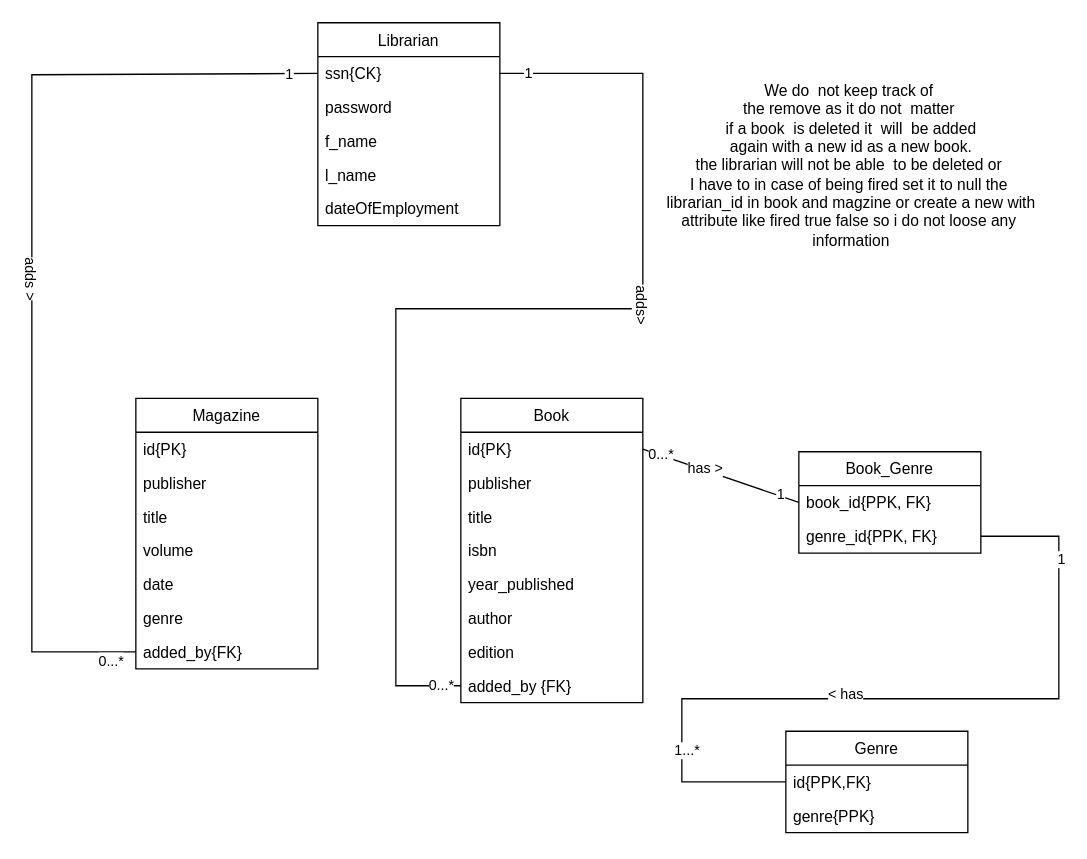
Earlier version of the draw.io diagram Database/remove_multimedia_items(GRD)).drawio (RafaelSanchezCordoba/Semester-Project-Library). Source tidied: cells renumbered, new cells numbered last; positions are measured from the earlier drawing's top-left corner, leaving out a move shared by most shapes. Both pictures are drawn from the tidied source at 130%, with x=0, y=0 at pixel (31, 22).
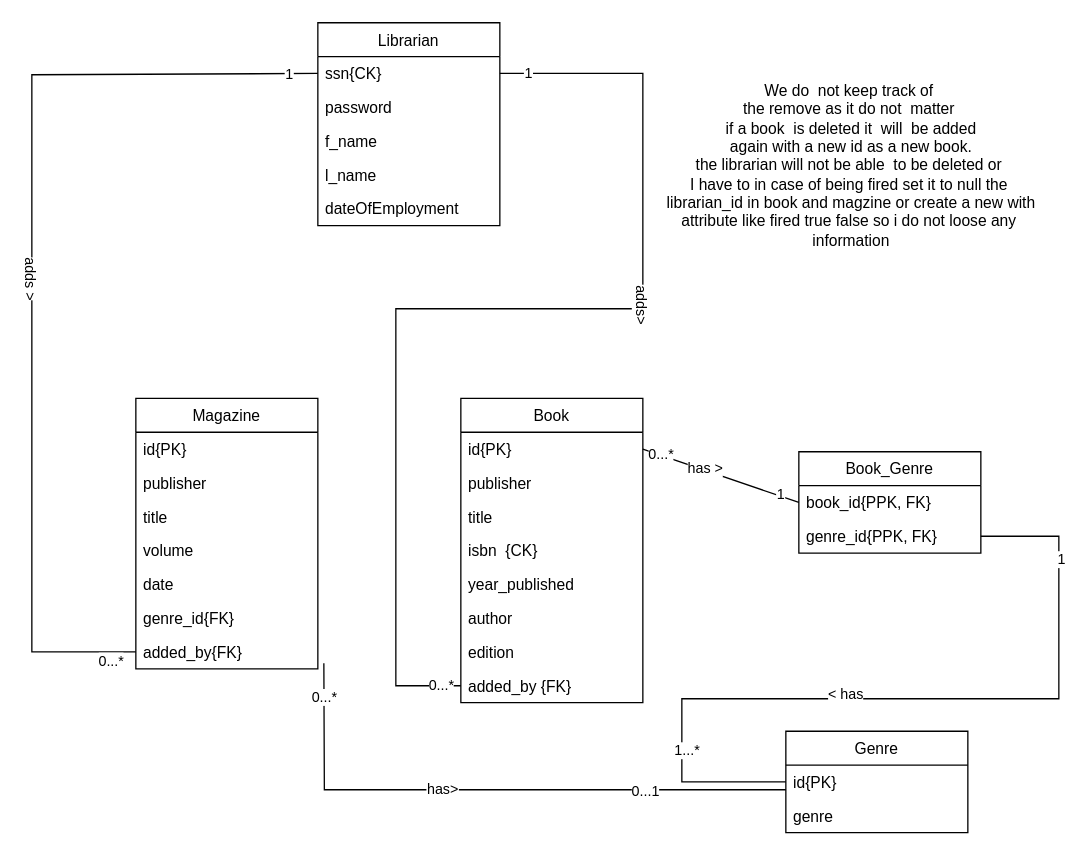
After the change.

Commit message (it also covers changes not shown here):
Update(Databe add items)

Unchanged cells that the change refers to:
```xml
<mxCell id="8" value="Magazine" style="swimlane;fontStyle=0;horizontal=1;startSize=26;fillColor=none;" parent="1" vertex="1">
  <mxGeometry x="80" y="289" width="140" height="208" as="geometry" />
</mxCell>
<mxCell id="15" value="added_by{FK}" style="text;strokeColor=none;fillColor=none;align=left;verticalAlign=top;spacingLeft=4;spacingRight=4;overflow=hidden;points=[[0,0.5],[1,0.5]];portConstraint=eastwest;" parent="8" vertex="1">
  <mxGeometry y="182" width="140" height="26" as="geometry" />
</mxCell>
<mxCell id="16" value="Book" style="swimlane;fontStyle=0;horizontal=1;startSize=26;fillColor=none;" parent="1" vertex="1">
  <mxGeometry x="330" y="289" width="140" height="234" as="geometry" />
</mxCell>
<mxCell id="25" value="Genre" style="swimlane;fontStyle=0;horizontal=1;startSize=26;fillColor=none;" parent="1" vertex="1">
  <mxGeometry x="580" y="545" width="140" height="78" as="geometry" />
</mxCell>
```

What changed in the source:
```diff
@@
-    <mxCell id="14" value="genre" style="text;strokeColor=none;fillColor=none;align=left;verticalAlign=top;spacingLeft=4;spacingRight=4;overflow=hidden;" parent="8" vertex="1">
+    <mxCell id="14" value="genre_id{FK}" style="text;strokeColor=none;fillColor=none;align=left;verticalAlign=top;spacingLeft=4;spacingRight=4;overflow=hidden;" parent="8" vertex="1">
       <mxGeometry y="156" width="140" height="26" as="geometry" />
     </mxCell>
@@
-    <mxCell id="20" value="isbn" style="text;strokeColor=none;fillColor=none;align=left;verticalAlign=top;spacingLeft=4;spacingRight=4;overflow=hidden;" parent="16" vertex="1">
+    <mxCell id="20" value="isbn  {CK}" style="text;strokeColor=none;fillColor=none;align=left;verticalAlign=top;spacingLeft=4;spacingRight=4;overflow=hidden;" parent="16" vertex="1">
       <mxGeometry y="104" width="140" height="26" as="geometry" />
     </mxCell>
@@
-    <mxCell id="26" value="id{PPK,FK}" style="text;strokeColor=none;fillColor=none;align=left;verticalAlign=top;spacingLeft=4;spacingRight=4;overflow=hidden;points=[[0,0.5],[1,0.5]];portConstraint=eastwest;" parent="25" vertex="1">
+    <mxCell id="26" value="id{PK}" style="text;strokeColor=none;fillColor=none;align=left;verticalAlign=top;spacingLeft=4;spacingRight=4;overflow=hidden;points=[[0,0.5],[1,0.5]];portConstraint=eastwest;" parent="25" vertex="1">
       <mxGeometry y="26" width="140" height="26" as="geometry" />
     </mxCell>
-    <mxCell id="27" value="genre{PPK}" style="text;strokeColor=none;fillColor=none;align=left;verticalAlign=top;spacingLeft=4;spacingRight=4;overflow=hidden;" parent="25" vertex="1">
+    <mxCell id="27" value="genre" style="text;strokeColor=none;fillColor=none;align=left;verticalAlign=top;spacingLeft=4;spacingRight=4;overflow=hidden;" parent="25" vertex="1">
       <mxGeometry y="52" width="140" height="26" as="geometry" />
     </mxCell>
@@
+    <mxCell id="48" style="endArrow=none;html=1;rounded=0;entryX=1.033;entryY=0.833;entryDx=0;entryDy=0;entryPerimeter=0;" parent="1" edge="1" target="15">
+      <mxGeometry relative="1" as="geometry">
+        <mxPoint x="580" y="590" as="sourcePoint" />
+        <Array as="points">
+          <mxPoint x="225" y="590" />
+        </Array>
+      </mxGeometry>
+    </mxCell>
+    <mxCell id="49" value="0...*" style="edgeLabel;html=1;align=center;verticalAlign=middle;" parent="48" vertex="1">
+      <mxGeometry x="0.89" relative="1" as="geometry" />
+    </mxCell>
+    <mxCell id="50" value="0...1" style="edgeLabel;html=1;align=center;verticalAlign=middle;" parent="48" vertex="1">
+      <mxGeometry x="-0.52" relative="1" as="geometry" />
+    </mxCell>
+    <mxCell id="51" value="has&amp;gt;" style="edgeLabel;html=1;align=center;verticalAlign=middle;" parent="48" vertex="1">
+      <mxGeometry x="0.17" y="-1" relative="1" as="geometry" />
+    </mxCell>
```
